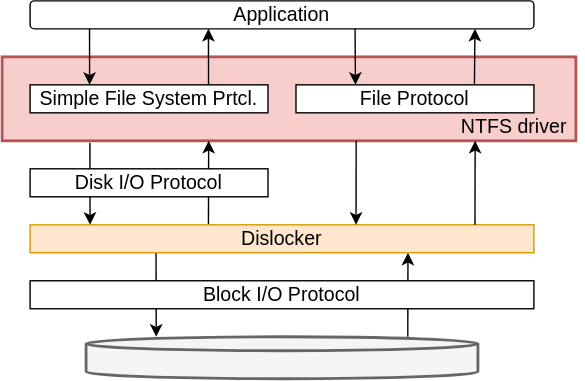
Above: figures/dislocker_volume_access_stack.drawio.svg in powware/bachelor-thesis (draw.io), before the change. Source tidied: cells renumbered, new cells last; positions are measured from the earlier drawing's top-left corner, leaving out a move shared by most shapes.
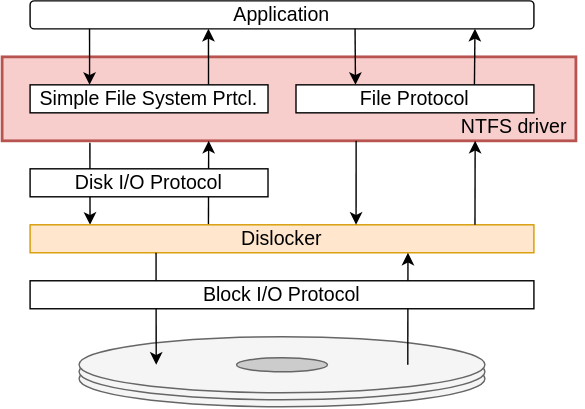
After the commit.

What changed in the source:
```diff
@@ -29,18 +29,9 @@
     <mxCell id="10" value="Disk I/O Protocol" style="rounded=0;whiteSpace=wrap;html=1;fontSize=14;" parent="1" vertex="1">
       <mxGeometry x="20" y="120" width="170" height="20" as="geometry" />
     </mxCell>
-    <mxCell id="11" style="edgeStyle=none;html=1;exitX=0.25;exitY=1;exitDx=0;exitDy=0;entryX=0.179;entryY=0;entryDx=0;entryDy=0;fontSize=14;entryPerimeter=0;" parent="1" edge="1" source="13" target="20">
-      <mxGeometry relative="1" as="geometry" />
-    </mxCell>
-    <mxCell id="12" style="edgeStyle=none;html=1;exitX=0.821;exitY=0;exitDx=0;exitDy=0;entryX=0.75;entryY=1;entryDx=0;entryDy=0;fontSize=14;exitPerimeter=0;" parent="1" edge="1" source="20" target="13">
-      <mxGeometry relative="1" as="geometry" />
-    </mxCell>
     <mxCell id="13" value="Dislocker" style="rounded=0;whiteSpace=wrap;html=1;fontSize=14;fillColor=#ffe6cc;strokeColor=#d79b00;" parent="1" vertex="1">
       <mxGeometry x="20" y="160" width="360" height="20" as="geometry" />
     </mxCell>
-    <mxCell id="14" value="Block I/O Protocol" style="rounded=0;whiteSpace=wrap;html=1;fontSize=14;" parent="1" vertex="1">
-      <mxGeometry x="20" y="200" width="360" height="20" as="geometry" />
-    </mxCell>
     <mxCell id="15" style="edgeStyle=none;html=1;exitX=0.645;exitY=1;exitDx=0;exitDy=0;entryX=0.25;entryY=0;entryDx=0;entryDy=0;fontSize=14;exitPerimeter=0;" parent="1" edge="1" source="4" target="19">
       <mxGeometry relative="1" as="geometry" />
     </mxCell>
@@ -58,8 +49,30 @@
     <mxCell id="19" value="File Protocol" style="rounded=0;whiteSpace=wrap;html=1;fontSize=14;" parent="1" vertex="1">
       <mxGeometry x="210" y="60" width="170" height="20" as="geometry" />
     </mxCell>
-    <mxCell id="20" style="strokeWidth=2;html=1;shape=mxgraph.flowchart.database;whiteSpace=wrap;rounded=0;fontSize=14;fillColor=#f5f5f5;fontColor=#333333;strokeColor=#666666;" parent="1" vertex="1">
-      <mxGeometry x="60" y="240" width="280" height="30" as="geometry" />
-    </mxCell>
+    <mxCell id="21" style="ellipse;whiteSpace=wrap;html=1;fillColor=#f5f5f5;fontColor=#333333;strokeColor=#666666;" parent="1" vertex="1">
+      <mxGeometry x="55" y="250" width="290" height="40" as="geometry" />
+    </mxCell>
+    <mxCell id="22" style="ellipse;whiteSpace=wrap;html=1;fillColor=#f5f5f5;fontColor=#333333;strokeColor=#666666;" parent="1" vertex="1">
+      <mxGeometry x="55" y="245" width="290" height="40" as="geometry" />
+    </mxCell>
+    <mxCell id="23" style="ellipse;whiteSpace=wrap;html=1;fillColor=#f5f5f5;fontColor=#333333;strokeColor=#666666;" parent="1" vertex="1">
+      <mxGeometry x="55" y="240" width="290" height="40" as="geometry" />
+    </mxCell>
+    <mxCell id="24" style="edgeStyle=none;html=1;exitX=0.821;exitY=0;exitDx=0;exitDy=0;entryX=0.75;entryY=1;entryDx=0;entryDy=0;fontSize=14;exitPerimeter=0;" parent="1" edge="1" target="13">
+      <mxGeometry relative="1" as="geometry">
+        <mxPoint x="289.9" y="260" as="sourcePoint" />
+      </mxGeometry>
+    </mxCell>
+    <mxCell id="25" style="edgeStyle=none;html=1;exitX=0.25;exitY=1;exitDx=0;exitDy=0;entryX=0.179;entryY=0;entryDx=0;entryDy=0;fontSize=14;entryPerimeter=0;" parent="1" edge="1" source="13">
+      <mxGeometry relative="1" as="geometry">
+        <mxPoint x="110.1" y="260" as="targetPoint" />
+      </mxGeometry>
+    </mxCell>
+    <mxCell id="26" style="ellipse;whiteSpace=wrap;html=1;fillColor=#CCCCCC;strokeColor=#666666;fontColor=#333333;" parent="1" vertex="1">
+      <mxGeometry x="167.5" y="255" width="65" height="10" as="geometry" />
+    </mxCell>
+    <mxCell id="14" value="Block I/O Protocol" style="rounded=0;whiteSpace=wrap;html=1;fontSize=14;" parent="1" vertex="1">
+      <mxGeometry x="20" y="200" width="360" height="20" as="geometry" />
+    </mxCell>
   </root>
 </mxGraphModel>
```
